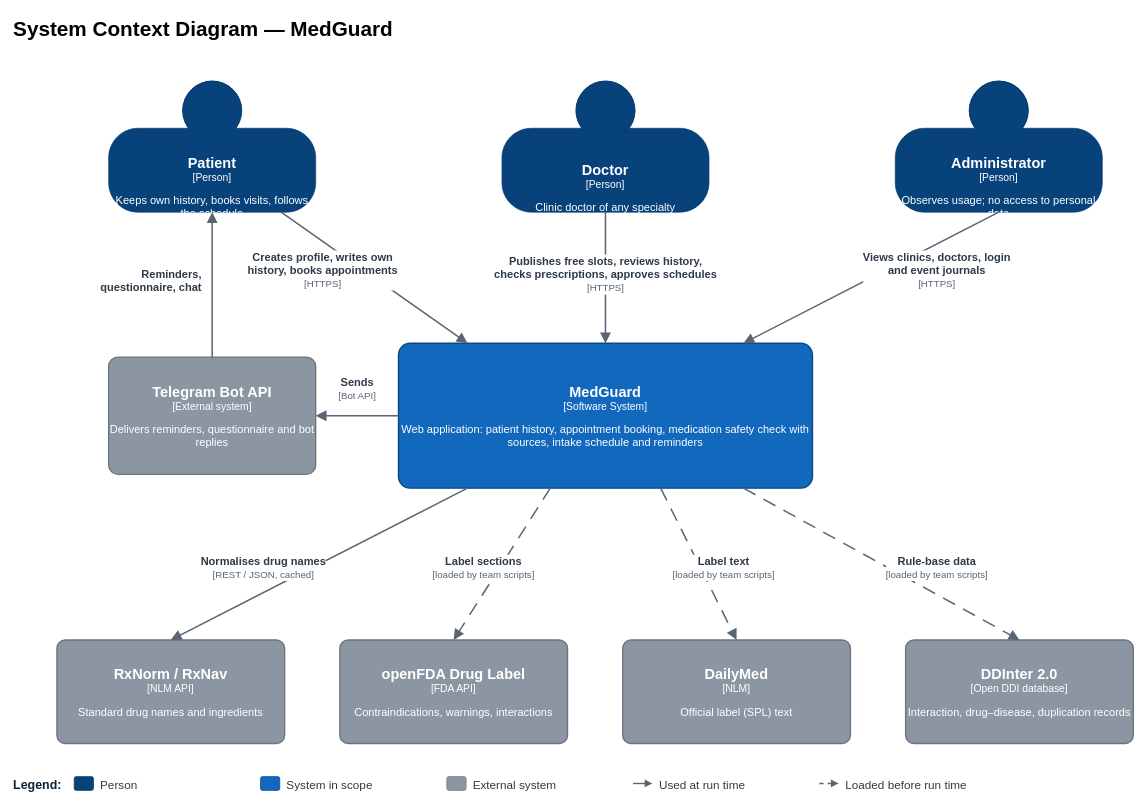
The draw.io diagram diagrams/context-diagram.drawio in aknur111/MedGuardAI, before the edit. Source tidied: cells renumbered, new cells numbered last; positions are measured from the earlier drawing's top-left corner, leaving out a move shared by most shapes. Both pictures are drawn from the tidied source at 69%, with x=0, y=0 at pixel (12, 12).
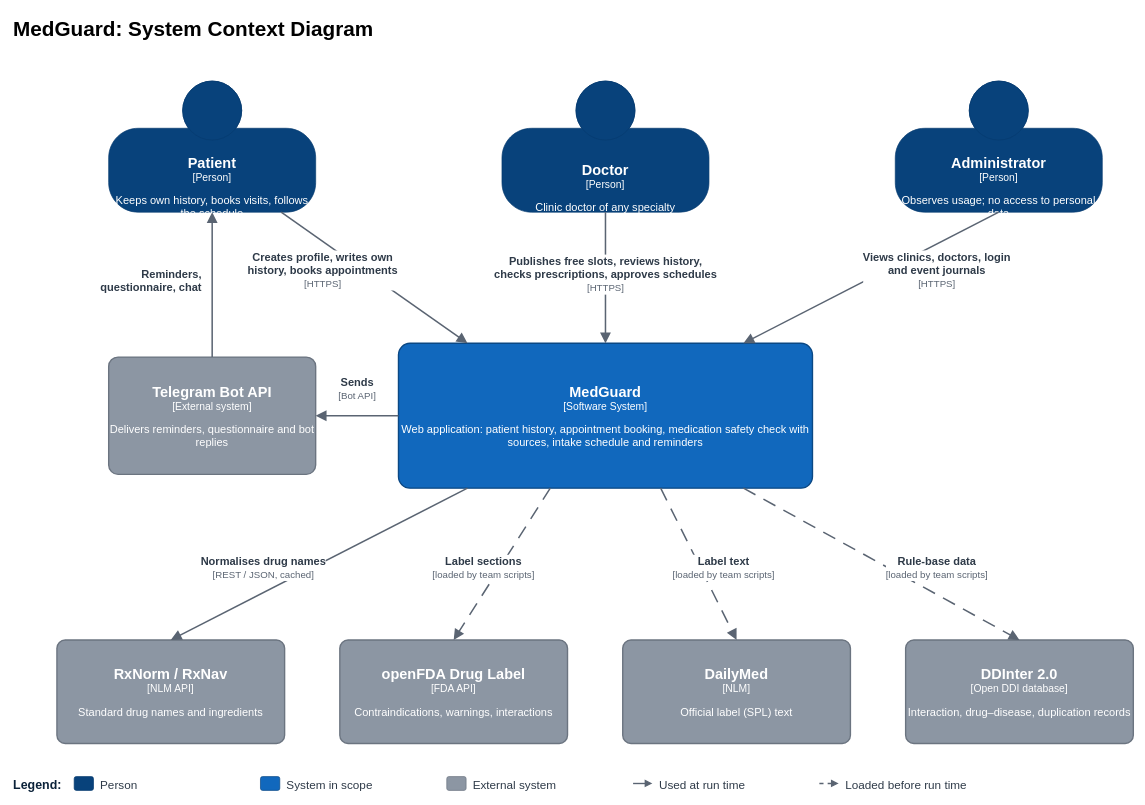
The same diagram, later.

Commit message (it also covers changes not shown here):
MED-13: Update context and component diagram sources

What changed in the source:
```diff
@@
-    <mxCell id="2" value="System Context Diagram — MedGuard" style="text;html=1;fontSize=30;fontStyle=1;align=left;" parent="1" vertex="1">
+    <mxCell id="2" value="MedGuard: System Context Diagram" style="text;html=1;fontSize=30;fontStyle=1;align=left;" parent="1" vertex="1">
       <mxGeometry width="1400" height="40" as="geometry" />
     </mxCell>
```
